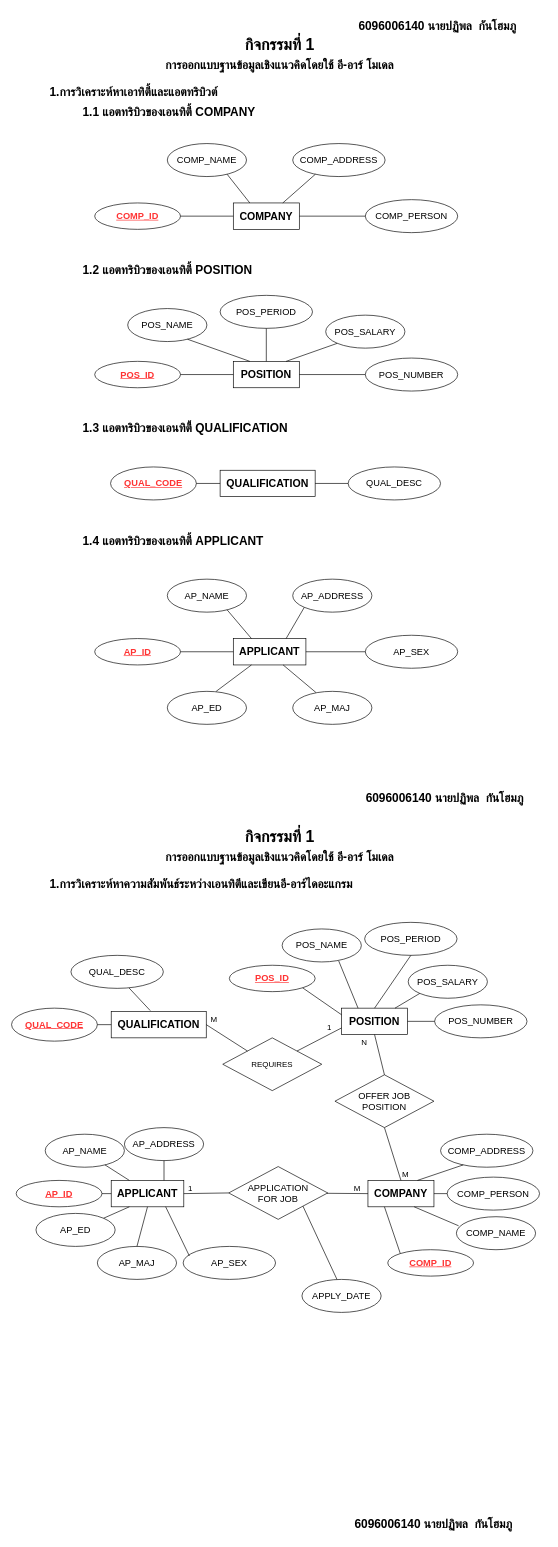
Earlier version of the draw.io diagram page "กิจกรรมที่1" (1 of 17) of Untitled Diagram.drawio (inherthz/96408_Database-Design). Source tidied: cells renumbered, new cells numbered last; positions are measured from the earlier drawing's top-left corner, leaving out a move shared by most shapes. Both pictures are drawn from the tidied source at 66%, with x=0, y=0 at pixel (11, 11).
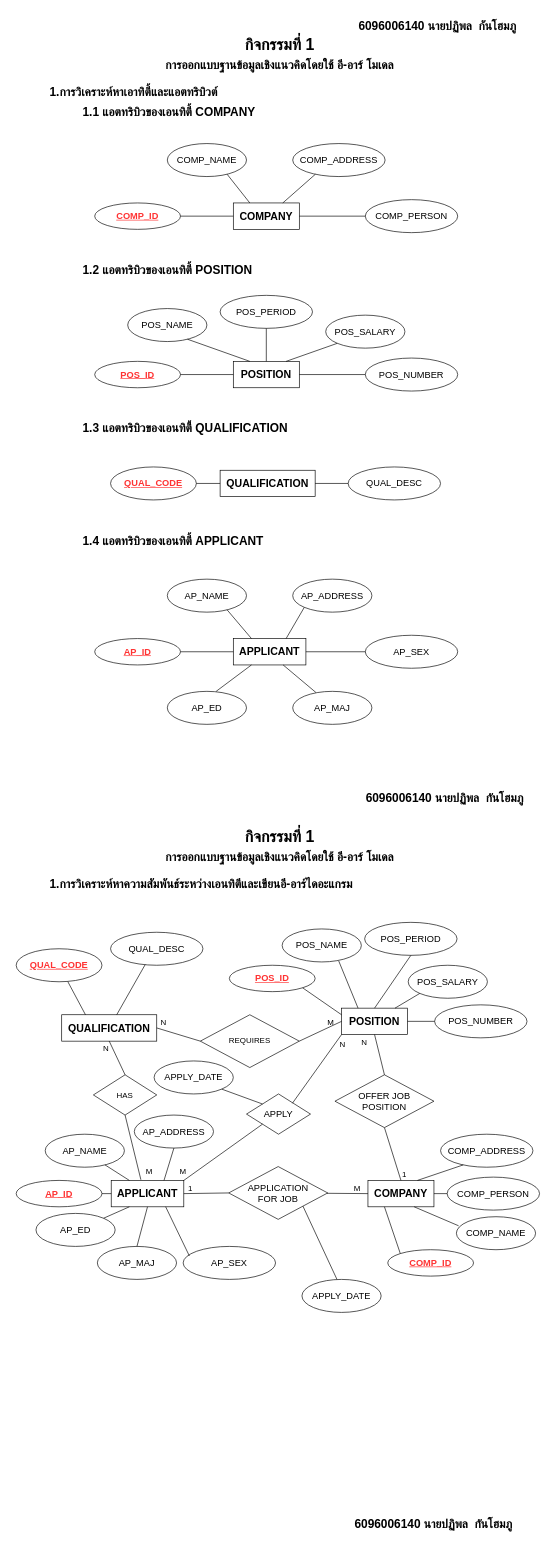
After the change.

Unchanged cells that the change refers to:
```xml
<mxCell id="34" value="&lt;b&gt;&lt;font style=&quot;font-size: 16px;&quot;&gt;APPLICANT&lt;/font&gt;&lt;/b&gt;" style="whiteSpace=wrap;html=1;align=center;" parent="1" vertex="1">
  <mxGeometry x="151" y="1771" width="110" height="40" as="geometry" />
</mxCell>
<mxCell id="72" value="&lt;b&gt;&lt;font style=&quot;font-size: 16px;&quot;&gt;POSITION&lt;/font&gt;&lt;/b&gt;" style="whiteSpace=wrap;html=1;align=center;" parent="1" vertex="1">
  <mxGeometry x="500" y="1510" width="100" height="40" as="geometry" />
</mxCell>
<mxCell id="93" style="endArrow=none;html=1;rounded=0;exitX=0.5;exitY=0;exitDx=0;exitDy=0;entryX=0.5;entryY=1;entryDx=0;entryDy=0;" parent="1" edge="1" source="50" target="90">
  <mxGeometry relative="1" as="geometry" />
</mxCell>
```

The edit, as a diff of the source:
```diff
@@
     <mxCell id="41" value="&lt;font style=&quot;font-size: 14px;&quot;&gt;AP_ADDRESS&lt;/font&gt;" style="ellipse;whiteSpace=wrap;html=1;align=center;" parent="1" vertex="1">
-      <mxGeometry x="171" y="1691" width="120" height="50" as="geometry" />
+      <mxGeometry x="186" y="1672" width="120" height="50" as="geometry" />
     </mxCell>
@@
-    <mxCell id="94" value="M" style="html=1;whiteSpace=wrap;align=left;verticalAlign=bottom;" parent="93" vertex="1">
+    <mxCell id="94" value="1" style="html=1;whiteSpace=wrap;align=left;verticalAlign=bottom;" parent="93" vertex="1">
       <mxGeometry x="-1" relative="1" as="geometry" />
     </mxCell>
     <mxCell id="95" value="&lt;b&gt;&lt;font style=&quot;font-size: 16px;&quot;&gt;QUALIFICATION&lt;/font&gt;&lt;/b&gt;" style="whiteSpace=wrap;html=1;align=center;" parent="1" vertex="1">
-      <mxGeometry x="151" y="1515" width="144" height="40" as="geometry" />
+      <mxGeometry x="76" y="1520" width="144" height="40" as="geometry" />
     </mxCell>
     <mxCell id="96" value="&lt;font style=&quot;font-size: 14px;&quot;&gt;QUAL_CODE&lt;/font&gt;" style="ellipse;whiteSpace=wrap;html=1;align=center;fontStyle=5;fontColor=#FF3333;" parent="1" vertex="1">
-      <mxGeometry y="1510" width="130" height="50" as="geometry" />
+      <mxGeometry x="7" y="1420" width="130" height="50" as="geometry" />
     </mxCell>
     <mxCell id="97" value="&lt;font style=&quot;font-size: 14px;&quot;&gt;QUAL_DESC&lt;/font&gt;" style="ellipse;whiteSpace=wrap;html=1;align=center;" parent="1" vertex="1">
-      <mxGeometry x="90" y="1430" width="140" height="50" as="geometry" />
+      <mxGeometry x="150" y="1395" width="140" height="50" as="geometry" />
     </mxCell>
-    <mxCell id="98" style="endArrow=none;html=1;rounded=0;exitX=0;exitY=0.5;exitDx=0;exitDy=0;entryX=1;entryY=0.5;entryDx=0;entryDy=0;" parent="1" edge="1" source="95" target="96">
+    <mxCell id="98" style="endArrow=none;html=1;rounded=0;exitX=0.25;exitY=0;exitDx=0;exitDy=0;" parent="1" edge="1" source="95" target="96">
       <mxGeometry relative="1" as="geometry" />
     </mxCell>
-    <mxCell id="99" style="endArrow=none;html=1;rounded=0;exitX=0.411;exitY=-0.031;exitDx=0;exitDy=0;entryX=0.629;entryY=0.989;entryDx=0;entryDy=0;entryPerimeter=0;exitPerimeter=0;" parent="1" edge="1" source="95" target="97">
+    <mxCell id="99" style="endArrow=none;html=1;rounded=0;entryX=0.375;entryY=0.98;entryDx=0;entryDy=0;entryPerimeter=0;" parent="1" edge="1" source="95" target="97">
       <mxGeometry relative="1" as="geometry" />
     </mxCell>
-    <mxCell id="100" value="REQUIRES" style="shape=rhombus;perimeter=rhombusPerimeter;whiteSpace=wrap;html=1;align=center;" parent="1" vertex="1">
-      <mxGeometry x="320" y="1555" width="150" height="80" as="geometry" />
+    <mxCell id="100" value="HAS" style="shape=rhombus;perimeter=rhombusPerimeter;whiteSpace=wrap;html=1;align=center;" parent="1" vertex="1">
+      <mxGeometry x="124" y="1611" width="96" height="61" as="geometry" />
     </mxCell>
-    <mxCell id="101" style="endArrow=none;html=1;rounded=0;entryX=0;entryY=0.75;entryDx=0;entryDy=0;exitX=1;exitY=0;exitDx=0;exitDy=0;" parent="1" edge="1" source="100" target="72">
+    <mxCell id="101" style="endArrow=none;html=1;rounded=0;entryX=0.409;entryY=-0.025;entryDx=0;entryDy=0;exitX=0.5;exitY=1;exitDx=0;exitDy=0;entryPerimeter=0;" parent="1" edge="1" source="100" target="34">
       <mxGeometry relative="1" as="geometry" />
     </mxCell>
-    <mxCell id="102" value="1" style="html=1;whiteSpace=wrap;align=right;verticalAlign=bottom;" parent="101" vertex="1">
+    <mxCell id="102" value="M" style="html=1;whiteSpace=wrap;align=right;verticalAlign=bottom;" parent="101" vertex="1">
       <mxGeometry x="1" relative="1" as="geometry">
-        <mxPoint x="-14" y="7" as="offset" />
+        <mxPoint x="19" y="-4" as="offset" />
       </mxGeometry>
     </mxCell>
-    <mxCell id="103" style="endArrow=none;html=1;rounded=0;exitX=1;exitY=0.5;exitDx=0;exitDy=0;entryX=0;entryY=0;entryDx=0;entryDy=0;" parent="1" edge="1" source="95" target="100">
+    <mxCell id="103" style="endArrow=none;html=1;rounded=0;exitX=0.5;exitY=1;exitDx=0;exitDy=0;entryX=0.5;entryY=0;entryDx=0;entryDy=0;" parent="1" edge="1" source="95" target="100">
       <mxGeometry relative="1" as="geometry" />
     </mxCell>
-    <mxCell id="104" value="M" style="html=1;whiteSpace=wrap;align=left;verticalAlign=bottom;" parent="103" vertex="1">
+    <mxCell id="104" value="N" style="html=1;whiteSpace=wrap;align=left;verticalAlign=bottom;" parent="103" vertex="1">
       <mxGeometry x="-1" relative="1" as="geometry">
-        <mxPoint x="5" as="offset" />
+        <mxPoint x="-11" y="20" as="offset" />
       </mxGeometry>
     </mxCell>
@@
+    <mxCell id="108" value="REQUIRES" style="shape=rhombus;perimeter=rhombusPerimeter;whiteSpace=wrap;html=1;align=center;" parent="1" vertex="1">
+      <mxGeometry x="286" y="1520" width="150" height="80" as="geometry" />
+    </mxCell>
+    <mxCell id="109" style="endArrow=none;html=1;rounded=0;entryX=0;entryY=0.5;entryDx=0;entryDy=0;exitX=1;exitY=0.5;exitDx=0;exitDy=0;" parent="1" edge="1" source="95" target="108">
+      <mxGeometry relative="1" as="geometry" />
+    </mxCell>
+    <mxCell id="110" style="endArrow=none;html=1;rounded=0;entryX=0;entryY=0.5;entryDx=0;entryDy=0;exitX=1;exitY=0.5;exitDx=0;exitDy=0;" parent="1" edge="1" source="108" target="72">
+      <mxGeometry relative="1" as="geometry" />
+    </mxCell>
+    <mxCell id="111" value="M" style="html=1;whiteSpace=wrap;align=right;verticalAlign=bottom;" parent="1" vertex="1">
+      <mxGeometry x="490" y="1540" as="geometry" />
+    </mxCell>
+    <mxCell id="112" value="N" style="html=1;whiteSpace=wrap;align=right;verticalAlign=bottom;" parent="1" vertex="1">
+      <mxGeometry x="236" y="1540" as="geometry" />
+    </mxCell>
+    <mxCell id="113" value="&lt;span style=&quot;font-size: 14px;&quot;&gt;APPLY&lt;/span&gt;" style="shape=rhombus;perimeter=rhombusPerimeter;whiteSpace=wrap;html=1;align=center;" parent="1" vertex="1">
+      <mxGeometry x="356" y="1640" width="97" height="61" as="geometry" />
+    </mxCell>
+    <mxCell id="114" style="endArrow=none;html=1;rounded=0;entryX=0;entryY=1;entryDx=0;entryDy=0;exitX=1;exitY=0;exitDx=0;exitDy=0;" parent="1" edge="1" source="34" target="113">
+      <mxGeometry relative="1" as="geometry" />
+    </mxCell>
+    <mxCell id="115" style="endArrow=none;html=1;rounded=0;exitX=0;exitY=1;exitDx=0;exitDy=0;entryX=0.717;entryY=0.231;entryDx=0;entryDy=0;entryPerimeter=0;" parent="1" edge="1" source="72" target="113">
+      <mxGeometry relative="1" as="geometry" />
+    </mxCell>
+    <mxCell id="116" value="M" style="html=1;whiteSpace=wrap;align=right;verticalAlign=bottom;" parent="1" vertex="1">
+      <mxGeometry x="266" y="1766" as="geometry" />
+    </mxCell>
+    <mxCell id="117" value="N" style="html=1;whiteSpace=wrap;align=right;verticalAlign=bottom;" parent="1" vertex="1">
+      <mxGeometry x="546" y="1590" as="geometry">
+        <mxPoint x="-39" y="-16" as="offset" />
+      </mxGeometry>
+    </mxCell>
+    <mxCell id="118" value="&lt;font style=&quot;font-size: 14px;&quot;&gt;APPLY_DATE&lt;/font&gt;" style="ellipse;whiteSpace=wrap;html=1;align=center;" parent="1" vertex="1">
+      <mxGeometry x="216" y="1590" width="120" height="50" as="geometry" />
+    </mxCell>
+    <mxCell id="119" style="endArrow=none;html=1;rounded=0;entryX=0;entryY=0;entryDx=0;entryDy=0;exitX=1;exitY=1;exitDx=0;exitDy=0;" parent="1" edge="1" source="118" target="113">
+      <mxGeometry relative="1" as="geometry" />
+    </mxCell>
```
